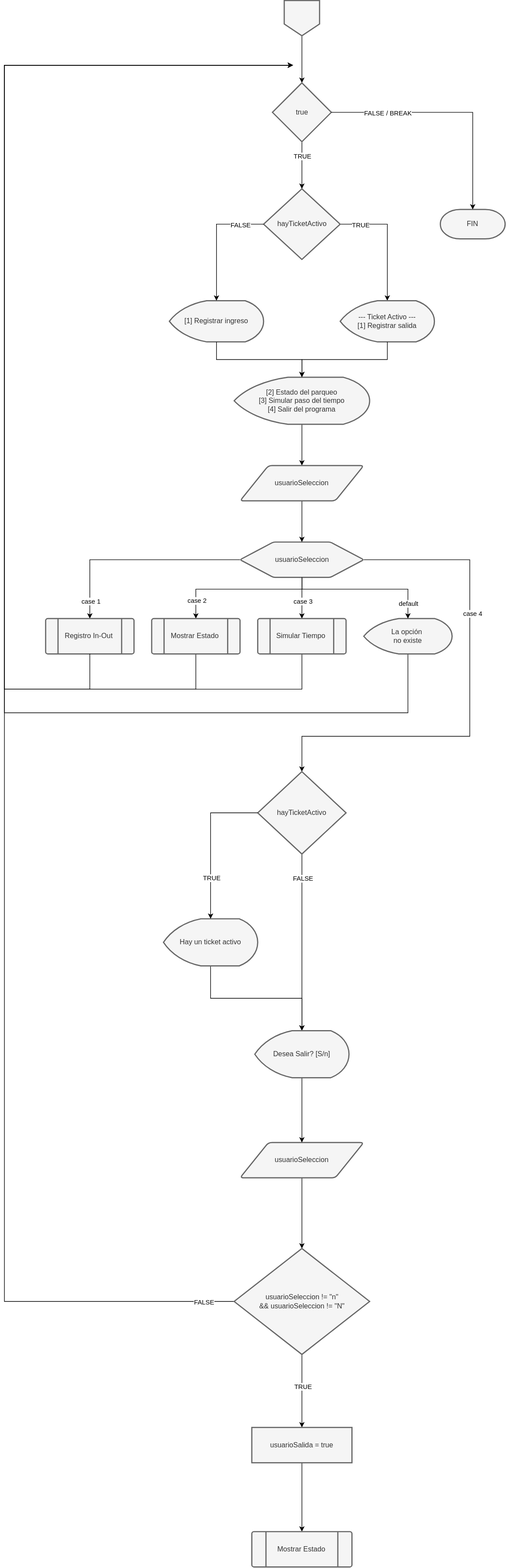
xrmerida/SmartPark keeps this draw.io diagram as docs/GRAPH_MenuPrincipal.svg. Above is the earlier version. Source tidied: cells renumbered, new cells last; positions are measured from the earlier drawing's top-left corner, leaving out a move shared by most shapes.
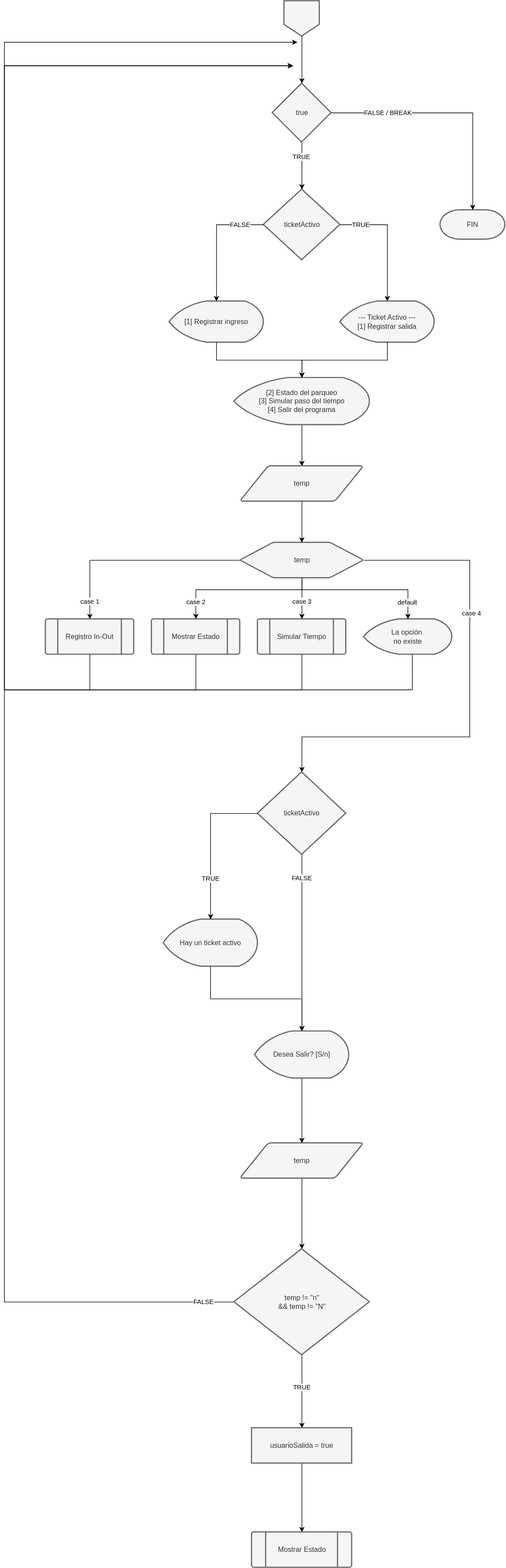
After the change.

The edit, as a diff of the source:
```diff
@@ -10,7 +10,7 @@
         <mxPoint y="-1" as="offset" />
       </mxGeometry>
     </mxCell>
-    <mxCell id="4" value="hayTicketActivo" style="strokeWidth=2;html=1;shape=mxgraph.flowchart.decision;fillColor=#f5f5f5;fontColor=#333333;strokeColor=#666666;verticalAlign=middle;align=center;labelPosition=center;verticalLabelPosition=middle;shadow=0;" parent="1" vertex="1">
+    <mxCell id="4" value="ticketActivo" style="strokeWidth=2;html=1;shape=mxgraph.flowchart.decision;fillColor=#f5f5f5;fontColor=#333333;strokeColor=#666666;verticalAlign=middle;align=center;labelPosition=center;verticalLabelPosition=middle;shadow=0;" parent="1" vertex="1">
       <mxGeometry x="440" y="320" width="130" height="120" as="geometry" />
     </mxCell>
     <mxCell id="5" value="&lt;div&gt;--- Ticket Activo ---&lt;/div&gt;&lt;div&gt;[1] Registrar salida&lt;/div&gt;" style="strokeWidth=2;html=1;shape=mxgraph.flowchart.display;whiteSpace=wrap;fillColor=#f5f5f5;fontColor=#333333;strokeColor=#666666;verticalAlign=middle;align=center;labelPosition=center;verticalLabelPosition=middle;" parent="1" vertex="1">
@@ -85,13 +85,13 @@
     <mxCell id="20" value="case 4" style="edgeLabel;html=1;align=center;verticalAlign=middle;" parent="19" vertex="1">
       <mxGeometry x="-0.35" y="3" relative="1" as="geometry" />
     </mxCell>
-    <mxCell id="21" value="usuarioSeleccion" style="verticalLabelPosition=middle;verticalAlign=middle;html=1;shape=hexagon;perimeter=hexagonPerimeter2;arcSize=6;size=0.27;fillColor=#f5f5f5;fontColor=#333333;strokeColor=#666666;strokeWidth=2;rounded=1;align=center;labelPosition=center;" parent="1" vertex="1">
+    <mxCell id="21" value="temp" style="verticalLabelPosition=middle;verticalAlign=middle;html=1;shape=hexagon;perimeter=hexagonPerimeter2;arcSize=6;size=0.27;fillColor=#f5f5f5;fontColor=#333333;strokeColor=#666666;strokeWidth=2;rounded=1;align=center;labelPosition=center;" parent="1" vertex="1">
       <mxGeometry x="400" y="920" width="210" height="60" as="geometry" />
     </mxCell>
     <mxCell id="22" style="edgeStyle=orthogonalEdgeStyle;rounded=0;jettySize=auto;html=1;" parent="1" edge="1" source="23" target="21">
       <mxGeometry relative="1" as="geometry" />
     </mxCell>
-    <mxCell id="23" value="usuarioSeleccion" style="shape=parallelogram;html=1;strokeWidth=2;perimeter=parallelogramPerimeter;whiteSpace=wrap;rounded=1;arcSize=12;size=0.23;fillColor=#f5f5f5;fontColor=#333333;strokeColor=#666666;verticalAlign=middle;align=center;labelPosition=center;verticalLabelPosition=middle;" parent="1" vertex="1">
+    <mxCell id="23" value="temp" style="shape=parallelogram;html=1;strokeWidth=2;perimeter=parallelogramPerimeter;whiteSpace=wrap;rounded=1;arcSize=12;size=0.23;fillColor=#f5f5f5;fontColor=#333333;strokeColor=#666666;verticalAlign=middle;align=center;labelPosition=center;verticalLabelPosition=middle;" parent="1" vertex="1">
       <mxGeometry x="400" y="790" width="210" height="60" as="geometry" />
     </mxCell>
     <mxCell id="24" style="edgeStyle=orthogonalEdgeStyle;rounded=0;jettySize=auto;html=1;exitX=0.5;exitY=1;exitDx=0;exitDy=0;" parent="1" edge="1" source="25">
@@ -139,13 +139,14 @@
         </Array>
       </mxGeometry>
     </mxCell>
-    <mxCell id="32" style="edgeStyle=orthogonalEdgeStyle;rounded=0;jettySize=auto;html=1;exitX=0.5;exitY=1;exitDx=0;exitDy=0;exitPerimeter=0;" parent="1" edge="1" source="33">
+    <mxCell id="32" style="edgeStyle=orthogonalEdgeStyle;rounded=0;orthogonalLoop=1;jettySize=auto;html=1;exitX=0.5;exitY=1;exitDx=0;exitDy=0;exitPerimeter=0;" parent="1" edge="1">
       <mxGeometry relative="1" as="geometry">
-        <mxPoint x="490" y="110" as="targetPoint" />
+        <mxPoint x="692.5" y="1070" as="sourcePoint" />
+        <mxPoint x="497.5" y="70" as="targetPoint" />
         <Array as="points">
-          <mxPoint x="685" y="1210" />
-          <mxPoint y="1210" />
-          <mxPoint y="110" />
+          <mxPoint x="693" y="1170" />
+          <mxPoint y="1170" />
+          <mxPoint y="70" />
         </Array>
       </mxGeometry>
     </mxCell>
@@ -180,7 +181,7 @@
         <mxPoint x="-5" y="-10" as="offset" />
       </mxGeometry>
     </mxCell>
-    <mxCell id="41" value="hayTicketActivo" style="strokeWidth=2;html=1;shape=mxgraph.flowchart.decision;whiteSpace=wrap;fillColor=#f5f5f5;fontColor=#333333;strokeColor=#666666;verticalAlign=middle;labelPosition=center;verticalLabelPosition=middle;align=center;" parent="1" vertex="1">
+    <mxCell id="41" value="ticketActivo" style="strokeWidth=2;html=1;shape=mxgraph.flowchart.decision;whiteSpace=wrap;fillColor=#f5f5f5;fontColor=#333333;strokeColor=#666666;verticalAlign=middle;labelPosition=center;verticalLabelPosition=middle;align=center;" parent="1" vertex="1">
       <mxGeometry x="430" y="1310" width="150" height="140" as="geometry" />
     </mxCell>
     <mxCell id="42" style="edgeStyle=orthogonalEdgeStyle;rounded=0;jettySize=auto;html=1;exitX=0.5;exitY=1;exitDx=0;exitDy=0;exitPerimeter=0;entryX=0.5;entryY=0;entryDx=0;entryDy=0;" parent="1" edge="1" source="43">
@@ -204,7 +205,7 @@
         <mxPoint x="505" y="2120" as="targetPoint" />
       </mxGeometry>
     </mxCell>
-    <mxCell id="47" value="usuarioSeleccion" style="shape=parallelogram;html=1;strokeWidth=2;perimeter=parallelogramPerimeter;whiteSpace=wrap;rounded=1;arcSize=12;size=0.23;fillColor=#f5f5f5;fontColor=#333333;strokeColor=#666666;verticalAlign=middle;labelPosition=center;verticalLabelPosition=middle;align=center;" parent="1" vertex="1">
+    <mxCell id="47" value="temp" style="shape=parallelogram;html=1;strokeWidth=2;perimeter=parallelogramPerimeter;whiteSpace=wrap;rounded=1;arcSize=12;size=0.23;fillColor=#f5f5f5;fontColor=#333333;strokeColor=#666666;verticalAlign=middle;labelPosition=center;verticalLabelPosition=middle;align=center;" parent="1" vertex="1">
       <mxGeometry x="400" y="1940" width="210" height="60" as="geometry" />
     </mxCell>
     <mxCell id="48" style="edgeStyle=orthogonalEdgeStyle;rounded=0;jettySize=auto;html=1;" parent="1" edge="1" target="51">
@@ -249,7 +250,7 @@
         <mxPoint x="1" y="-7" as="offset" />
       </mxGeometry>
     </mxCell>
-    <mxCell id="58" value="&lt;div&gt;usuarioSeleccion != &quot;n&quot;&lt;/div&gt;&lt;div&gt;&amp;amp;&amp;amp; usuarioSeleccion != &quot;N&quot;&lt;/div&gt;" style="strokeWidth=2;html=1;shape=mxgraph.flowchart.decision;fillColor=#f5f5f5;fontColor=#333333;strokeColor=#666666;verticalAlign=middle;align=center;labelPosition=center;verticalLabelPosition=middle;shadow=0;" parent="1" vertex="1">
+    <mxCell id="58" value="&lt;div&gt;temp != &quot;n&quot;&lt;/div&gt;&lt;div&gt;&amp;amp;&amp;amp; temp != &quot;N&quot;&lt;/div&gt;" style="strokeWidth=2;html=1;shape=mxgraph.flowchart.decision;fillColor=#f5f5f5;fontColor=#333333;strokeColor=#666666;verticalAlign=middle;align=center;labelPosition=center;verticalLabelPosition=middle;shadow=0;" parent="1" vertex="1">
       <mxGeometry x="390" y="2120" width="230" height="180" as="geometry" />
     </mxCell>
     <mxCell id="59" style="edgeStyle=orthogonalEdgeStyle;rounded=0;jettySize=auto;html=1;" parent="1" edge="1" source="60" target="47">
```
